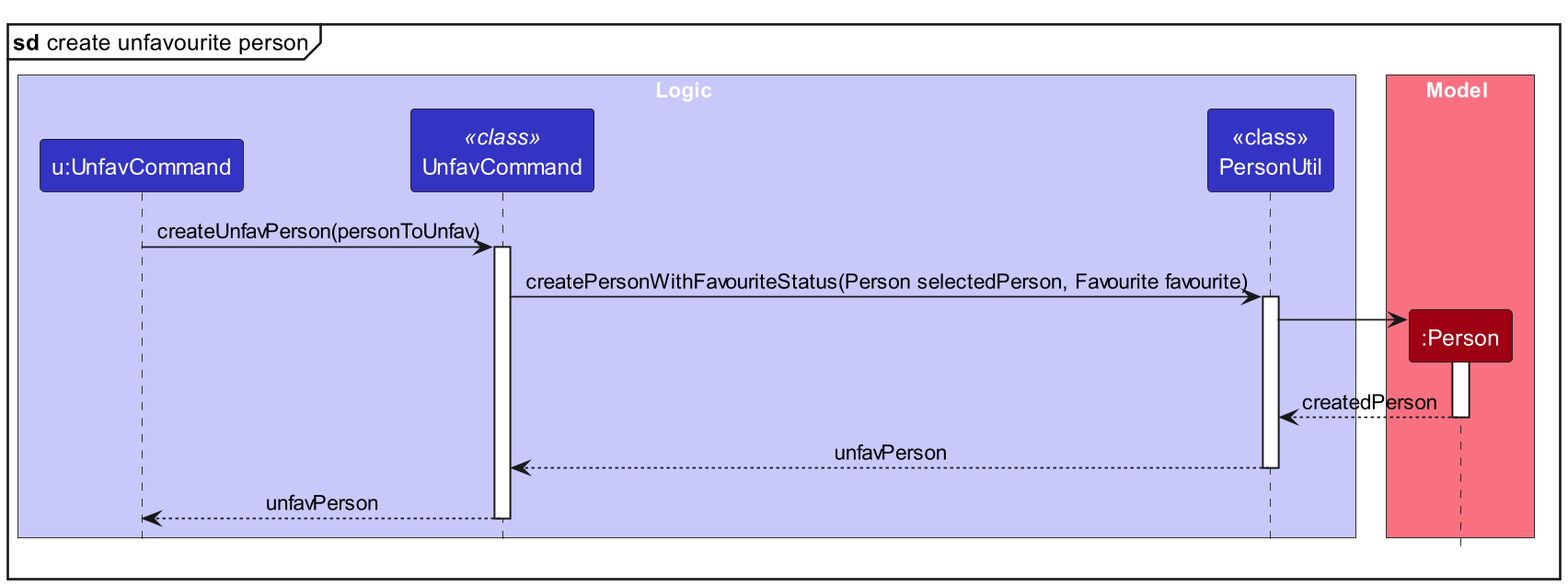
Earlier version of the PlantUML export docs/images/UnfavRefSequenceDiagram.png (whitesnowx/tp). Its source is kept beside it as docs/diagrams/UnfavRefSequenceDiagram.puml. Its diagram source:
```plantuml
@startuml
!include style.puml
skinparam ArrowFontStyle plain
skinparam ParticipantPadding 20

mainframe **sd** create unfavourite person

box Logic LOGIC_COLOR_T1
participant "u:UnfavCommand" as UnfavCommand LOGIC_COLOR
participant UnfavCommand as UnfavCommand1 <<class>> LOGIC_COLOR
participant "<<class>>\nPersonUtil" as PersonUtil LOGIC_COLOR
end box

box Model MODEL_COLOR_T1
participant ":Person" as Person MODEL_COLOR
end box


UnfavCommand -> UnfavCommand1 : createUnfavPerson(personToUnfav)
activate UnfavCommand1

UnfavCommand1 -> PersonUtil : createPersonWithFavouriteStatus(Person selectedPerson, Favourite favourite)
activate PersonUtil

create Person
PersonUtil -> Person++
return createdPerson

return unfavPerson
return unfavPerson


@enduml
```
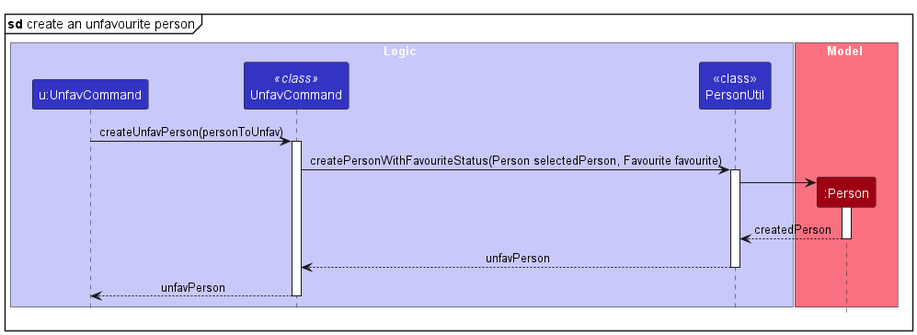
The same file after the commit.

Diff of the diagram source:
```diff
@@ -3,7 +3,7 @@
 skinparam ArrowFontStyle plain
 skinparam ParticipantPadding 20
 
-mainframe **sd** create unfavourite person
+mainframe **sd** create an unfavourite person
 
 box Logic LOGIC_COLOR_T1
 participant "u:UnfavCommand" as UnfavCommand LOGIC_COLOR
```
